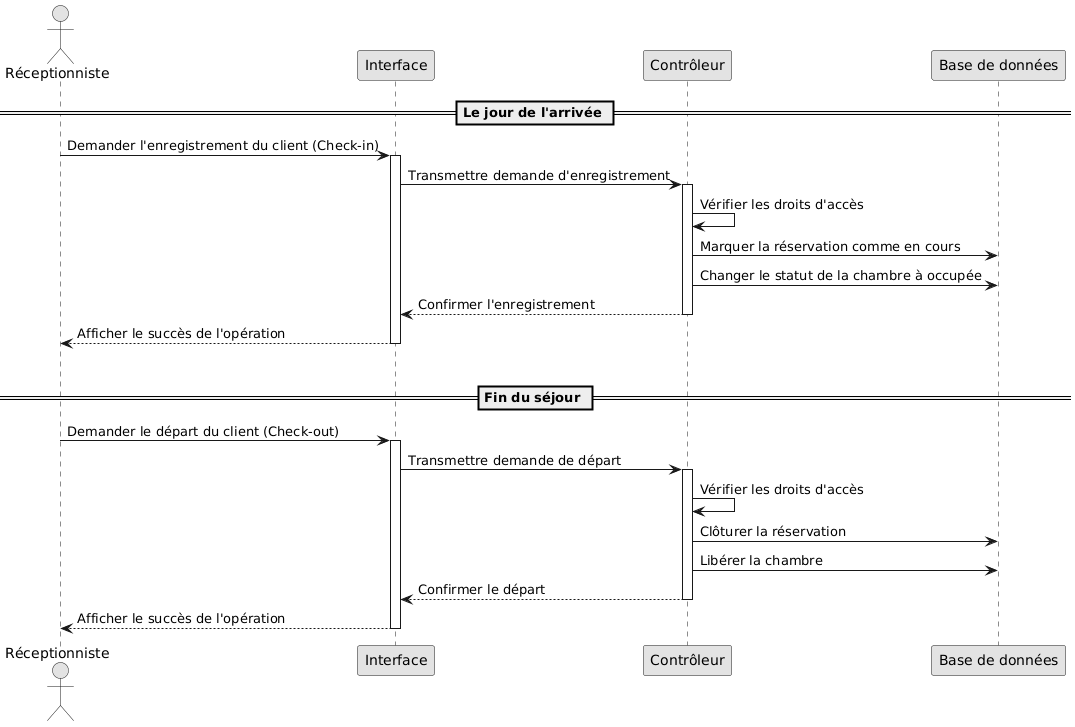
Earlier version of the PlantUML export out/docs/uml/09-sequence-checkin-checkout/09-sequence-checkin-checkout.png (malek420122/hotel_project_pfe).
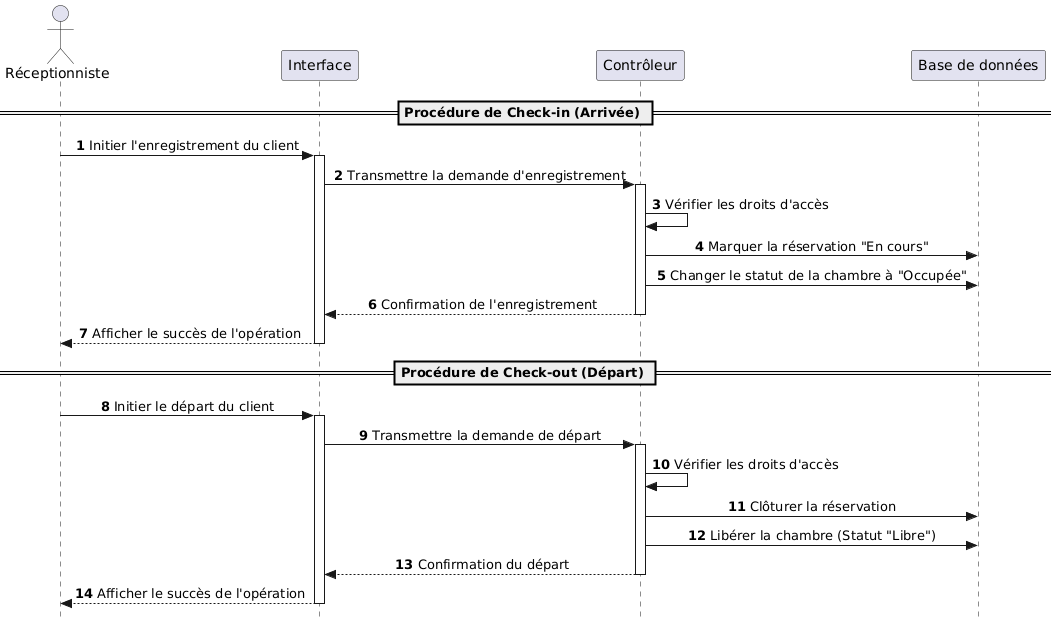
After the commit.

What changed in the source:
```diff
@@ -1,35 +1,38 @@
 @startuml
-skinparam monochrome true
+skinparam style strictuml
+skinparam sequenceMessageAlign center
 skinparam shadowing false
+autonumber
 
 actor "Réceptionniste" as recep
 participant "Interface" as vue
 participant "Contrôleur" as api
 participant "Base de données" as db
 
-== Le jour de l'arrivée ==
-recep -> vue : Demander l'enregistrement du client (Check-in)
+== Procédure de Check-in (Arrivée) ==
+
+recep -> vue : Initier l'enregistrement du client
 activate vue
-vue -> api : Transmettre demande d'enregistrement
+vue -> api : Transmettre la demande d'enregistrement
 activate api
 api -> api : Vérifier les droits d'accès
-api -> db : Marquer la réservation comme en cours
-api -> db : Changer le statut de la chambre à occupée
-api --> vue : Confirmer l'enregistrement
+api -> db : Marquer la réservation "En cours"
+api -> db : Changer le statut de la chambre à "Occupée"
+api --> vue : Confirmation de l'enregistrement
 deactivate api
 vue --> recep : Afficher le succès de l'opération
 deactivate vue
 
-|||
-== Fin du séjour ==
-recep -> vue : Demander le départ du client (Check-out)
+== Procédure de Check-out (Départ) ==
+
+recep -> vue : Initier le départ du client
 activate vue
-vue -> api : Transmettre demande de départ
+vue -> api : Transmettre la demande de départ
 activate api
 api -> api : Vérifier les droits d'accès
 api -> db : Clôturer la réservation
-api -> db : Libérer la chambre
-api --> vue : Confirmer le départ
+api -> db : Libérer la chambre (Statut "Libre")
+api --> vue : Confirmation du départ
 deactivate api
 vue --> recep : Afficher le succès de l'opération
 deactivate vue
```
